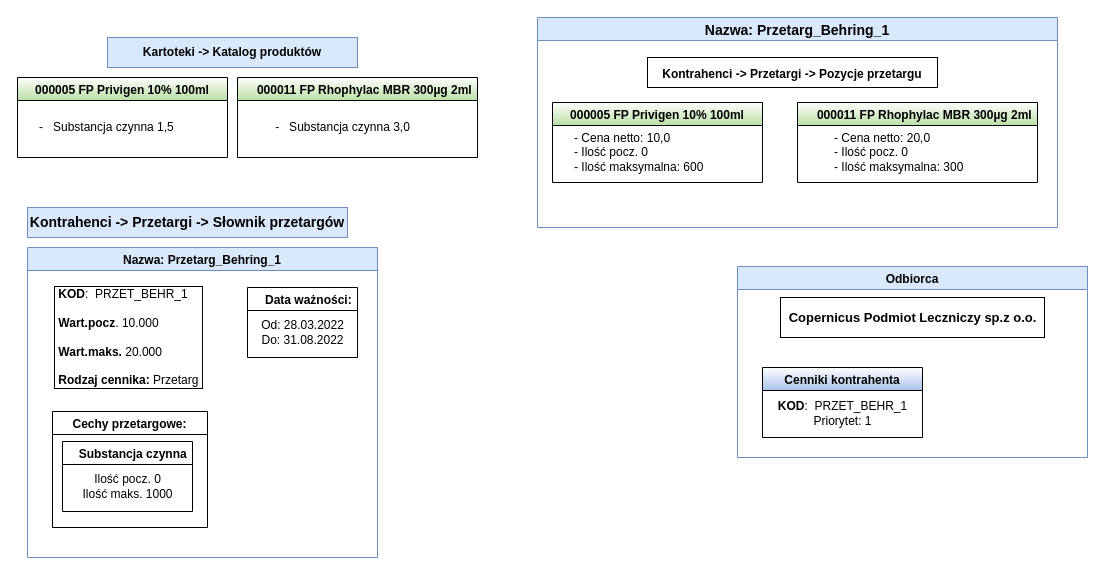
icharewicz/Diagrams keeps this draw.io diagram as page "Page-1" (1 of 3) of Copy of Diagram_Przetargi.drawio. Above is the earlier version. Source tidied: cells renumbered, new cells numbered last; positions are measured from the earlier drawing's top-left corner, leaving out a move shared by most shapes. Both pictures are drawn from the tidied source at 100%, with x=0, y=0 at pixel (17, 17).
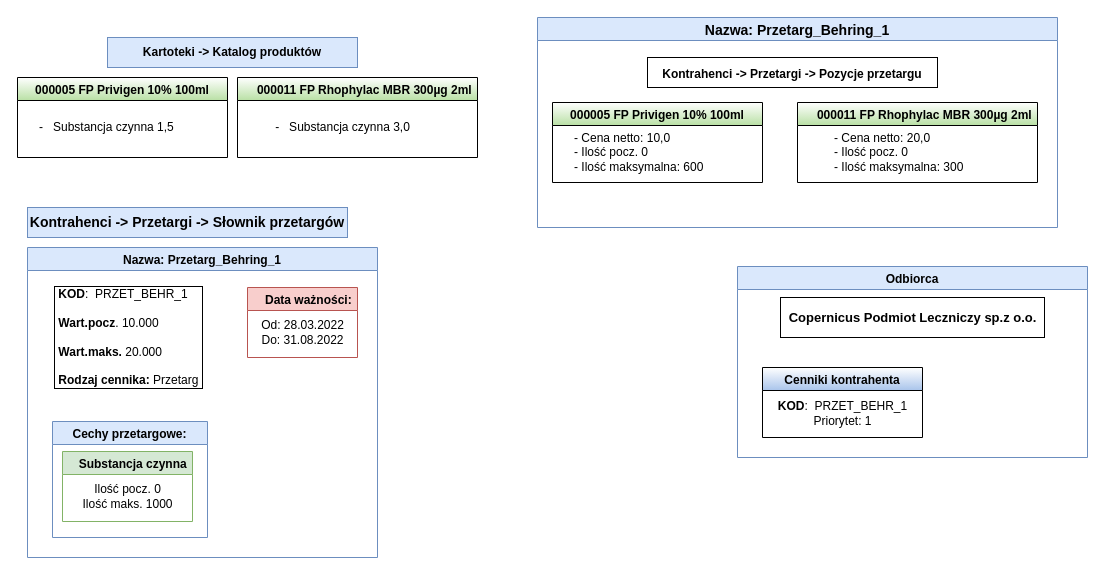
The same page after the edit.

Unchanged cells that the change refers to:
```xml
<mxCell id="8" value="Nazwa: Przetarg_Behring_1" style="swimlane;align=center;fillColor=#dae8fc;strokeColor=#6c8ebf;" parent="1" vertex="1">
  <mxGeometry x="10" y="230" width="350" height="310" as="geometry" />
</mxCell>
```

What changed in the source:
```diff
@@
-    <mxCell id="10" value=" Data ważności: " style="swimlane;align=right;startSize=23;" parent="8" vertex="1">
+    <mxCell id="10" value=" Data ważności: " style="swimlane;align=right;startSize=23;fillColor=#f8cecc;strokeColor=#b85450;" parent="8" vertex="1">
       <mxGeometry x="220" y="40" width="110" height="70" as="geometry" />
     </mxCell>
@@
-    <mxCell id="12" value="Cechy przetargowe:" style="swimlane;align=center;startSize=23;labelBackgroundColor=default;" parent="8" vertex="1">
-      <mxGeometry x="25" y="164" width="155" height="116" as="geometry" />
+    <mxCell id="12" value="Cechy przetargowe:" style="swimlane;align=center;startSize=23;labelBackgroundColor=none;fillColor=#dae8fc;strokeColor=#6c8ebf;" parent="8" vertex="1">
+      <mxGeometry x="25" y="174" width="155" height="116" as="geometry" />
     </mxCell>
-    <mxCell id="13" value="Substancja czynna " style="swimlane;align=right;startSize=23;fontStyle=1;" parent="12" vertex="1">
+    <mxCell id="13" value="Substancja czynna " style="swimlane;align=right;startSize=23;fontStyle=1;fillColor=#d5e8d4;strokeColor=#82b366;" parent="12" vertex="1">
       <mxGeometry x="10" y="30" width="130" height="70" as="geometry" />
     </mxCell>
```
